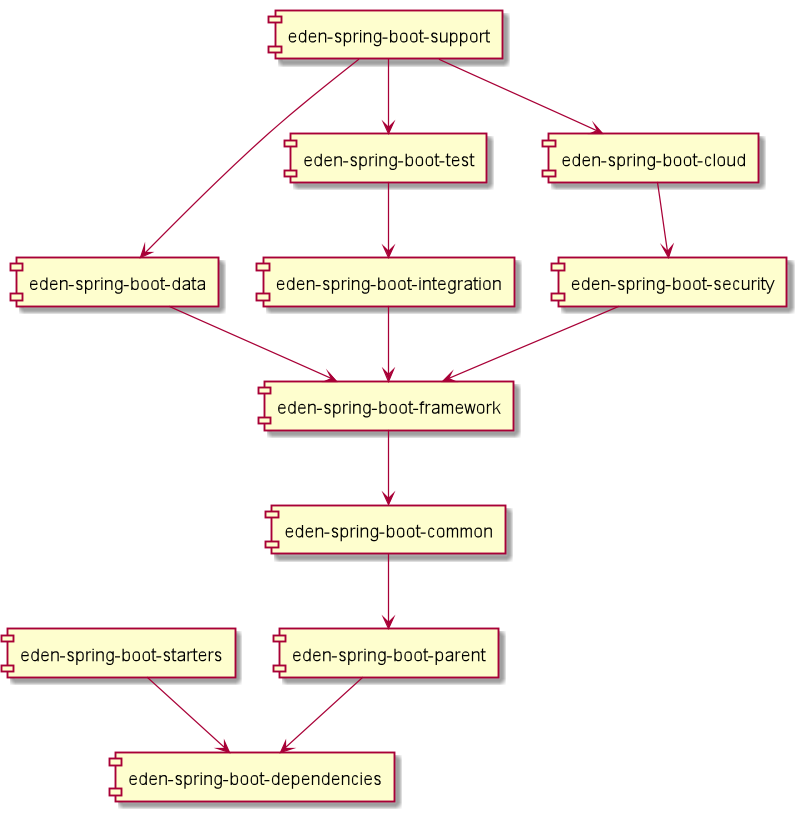
This is src/docs/uml/component.png from shiyindaxiaojie/eden-architect, a PlantUML export, as it was before one commit.
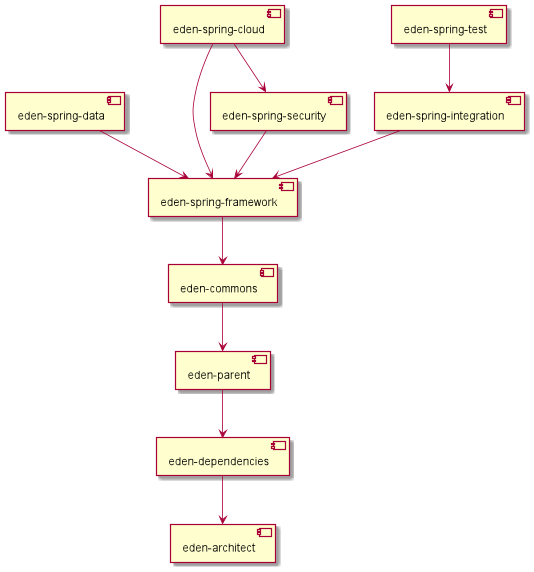
The same diagram one commit later.

What changed in the source:
```diff
@@ -1,14 +1,14 @@
 @startuml
-[eden-spring-boot-parent] --> [eden-spring-boot-dependencies]
-[eden-spring-boot-common] --> [eden-spring-boot-parent]
-[eden-spring-boot-framework] --> [eden-spring-boot-common]
-[eden-spring-boot-data] --> [eden-spring-boot-framework]
-[eden-spring-boot-security] --> [eden-spring-boot-framework]
-[eden-spring-boot-integration] --> [eden-spring-boot-framework]
-[eden-spring-boot-test] --> [eden-spring-boot-integration]
-[eden-spring-boot-cloud] --> [eden-spring-boot-security]
-[eden-spring-boot-support] --> [eden-spring-boot-data]
-[eden-spring-boot-support] --> [eden-spring-boot-cloud]
-[eden-spring-boot-support] --> [eden-spring-boot-test]
-[eden-spring-boot-starters] --> [eden-spring-boot-dependencies]
+
+[eden-dependencies] --> [eden-architect]
+[eden-parent] --> [eden-dependencies]
+[eden-commons] --> [eden-parent]
+[eden-spring-framework] --> [eden-commons]
+[eden-spring-data] --> [eden-spring-framework]
+[eden-spring-security] --> [eden-spring-framework]
+[eden-spring-integration] --> [eden-spring-framework]
+[eden-spring-test] --> [eden-spring-integration]
+[eden-spring-cloud] --> [eden-spring-framework]
+[eden-spring-cloud] --> [eden-spring-security]
+
 @enduml
```
